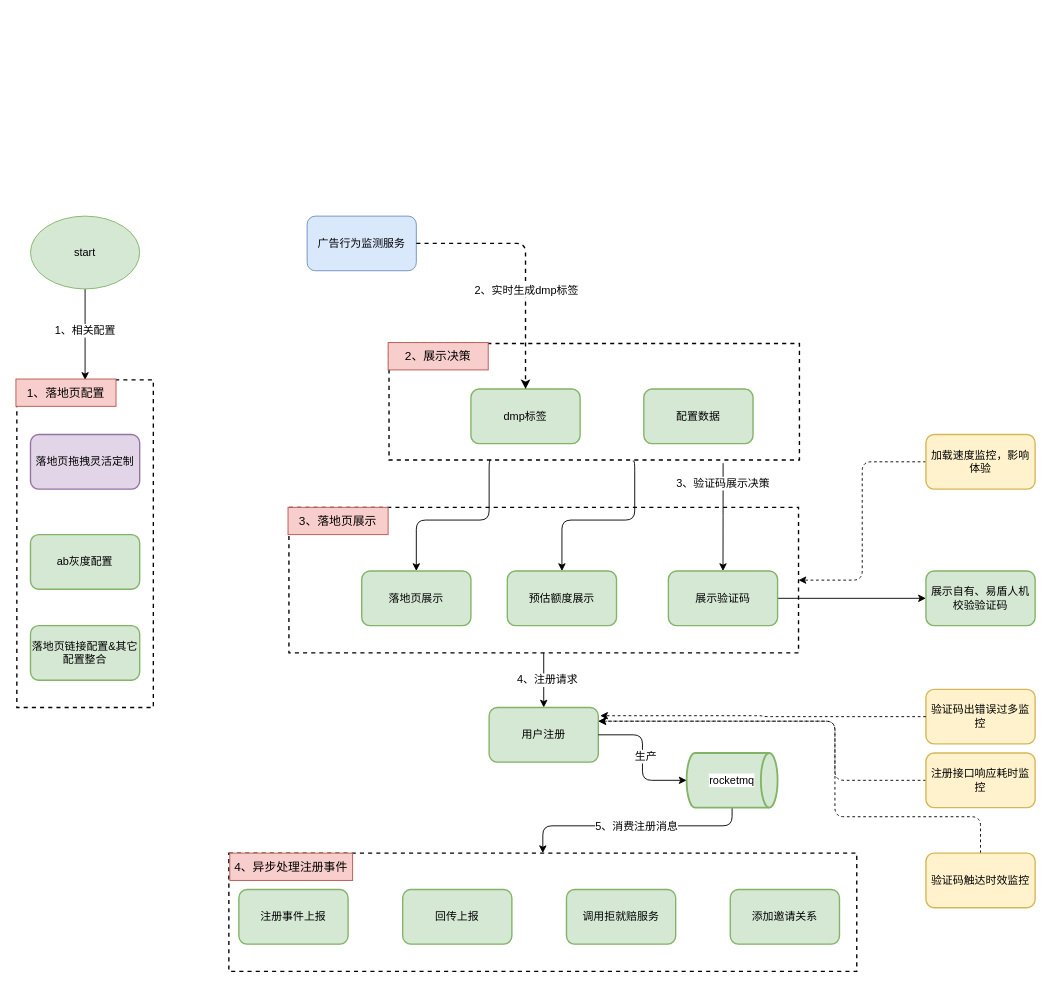
yuanlj-tea/picgo keeps this draw.io diagram as 落地页运行架构图.drawio. Above is the earlier version. Source tidied: cells renumbered, new cells numbered last; positions are measured from the earlier drawing's top-left corner, leaving out a move shared by most shapes. Both pictures are drawn from the tidied source at 91%, with x=0, y=0 at pixel (15, 216).
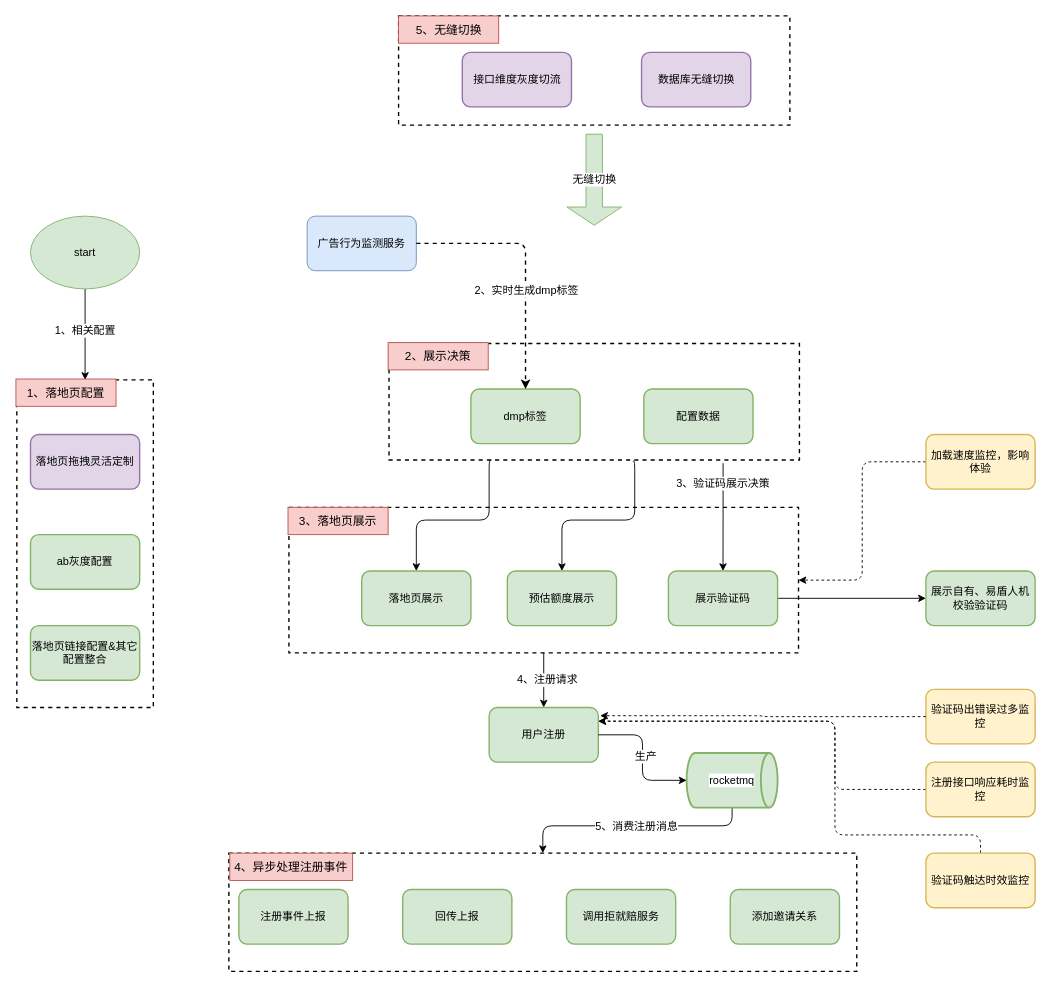
After the change.

Commit message (it also covers changes not shown here):
更新落地页运行架构图.drawio

Unchanged cells that the change refers to:
```xml
<mxCell id="31" value="用户注册" style="rounded=1;whiteSpace=wrap;html=1;strokeWidth=1.5;fillColor=#d5e8d4;strokeColor=#82b366;" parent="1" vertex="1">
  <mxGeometry x="520" y="540" width="120" height="60" as="geometry" />
</mxCell>
<mxCell id="49" value="验证码触达时效监控" style="rounded=1;whiteSpace=wrap;html=1;strokeWidth=1.5;fillColor=#fff2cc;strokeColor=#d6b656;" parent="1" vertex="1">
  <mxGeometry x="1000" y="700" width="120" height="60" as="geometry" />
</mxCell>
```

Change to the diagram source:
```diff
@@
+    <mxCell id="50" style="rounded=0;whiteSpace=wrap;html=1;fillColor=none;strokeWidth=1.5;dashed=1;verticalAlign=top;" parent="1" vertex="1">
+      <mxGeometry x="420.5" y="-220" width="430" height="120" as="geometry" />
+    </mxCell>
@@
     <mxCell id="44" style="edgeStyle=orthogonalEdgeStyle;shape=connector;rounded=1;jettySize=auto;html=1;entryX=1;entryY=0.25;entryDx=0;entryDy=0;labelBackgroundColor=default;strokeColor=default;align=center;verticalAlign=middle;fontFamily=Helvetica;fontSize=12;fontColor=default;endArrow=classic;dashed=1;" parent="1" edge="1" source="45" target="31">
       <mxGeometry relative="1" as="geometry">
         <Array as="points">
-          <mxPoint x="900" y="620" />
+          <mxPoint x="900" y="630" />
           <mxPoint x="900" y="555" />
         </Array>
       </mxGeometry>
     </mxCell>
     <mxCell id="45" value="注册接口响应耗时监控" style="rounded=1;whiteSpace=wrap;html=1;strokeWidth=1.5;fillColor=#fff2cc;strokeColor=#d6b656;" parent="1" vertex="1">
-      <mxGeometry x="1000" y="590" width="120" height="60" as="geometry" />
+      <mxGeometry x="1000" y="600" width="120" height="60" as="geometry" />
     </mxCell>
@@
     <mxCell id="48" style="edgeStyle=orthogonalEdgeStyle;shape=connector;rounded=1;jettySize=auto;html=1;entryX=1;entryY=0.25;entryDx=0;entryDy=0;labelBackgroundColor=default;strokeColor=default;align=center;verticalAlign=middle;fontFamily=Helvetica;fontSize=12;fontColor=default;endArrow=classic;dashed=1;" parent="1" edge="1" source="49" target="31">
       <mxGeometry relative="1" as="geometry">
         <Array as="points">
-          <mxPoint x="1060" y="660" />
-          <mxPoint x="900" y="660" />
+          <mxPoint x="1060" y="680" />
+          <mxPoint x="900" y="680" />
           <mxPoint x="900" y="555" />
         </Array>
       </mxGeometry>
     </mxCell>
@@
+    <mxCell id="51" value="接口维度灰度切流" style="rounded=1;whiteSpace=wrap;html=1;strokeWidth=1.5;fillColor=#e1d5e7;strokeColor=#9673a6;" parent="1" vertex="1">
+      <mxGeometry x="490.5" y="-180" width="120" height="60" as="geometry" />
+    </mxCell>
+    <mxCell id="52" value="数据库无缝切换" style="rounded=1;whiteSpace=wrap;html=1;strokeWidth=1.5;fillColor=#e1d5e7;strokeColor=#9673a6;" parent="1" vertex="1">
+      <mxGeometry x="687.5" y="-180" width="120" height="60" as="geometry" />
+    </mxCell>
+    <mxCell id="53" value="5、无缝切换" style="text;html=1;strokeColor=#b85450;fillColor=#f8cecc;align=center;verticalAlign=middle;whiteSpace=wrap;rounded=0;fontSize=13;fontFamily=Helvetica;" parent="1" vertex="1">
+      <mxGeometry x="420.5" y="-220" width="110" height="30" as="geometry" />
+    </mxCell>
+    <mxCell id="54" value="无缝切换" style="shape=singleArrow;direction=south;whiteSpace=wrap;html=1;labelBackgroundColor=default;align=center;verticalAlign=middle;fontFamily=Helvetica;fontSize=12;fillColor=#d5e8d4;strokeColor=#82b366;" parent="1" vertex="1">
+      <mxGeometry x="605.5" y="-90" width="60" height="100" as="geometry" />
+    </mxCell>
```
